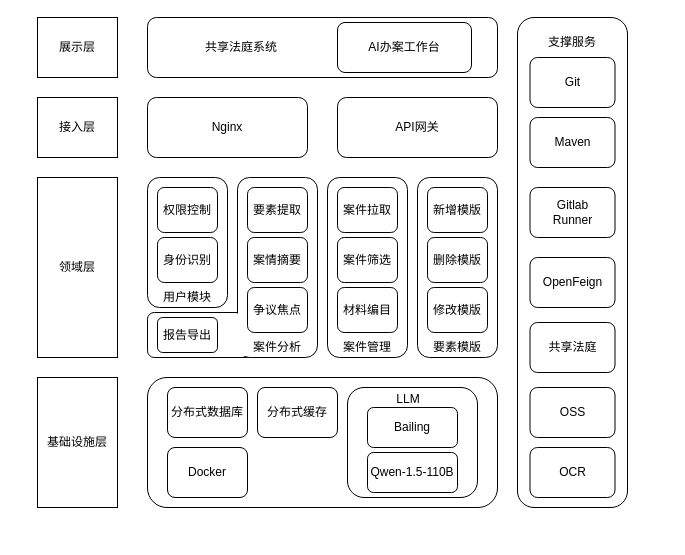
Earlier version of the draw.io diagram 系统架构图.drawio (Lainy0605/graduate). Source tidied: cells renumbered, new cells numbered last; positions are measured from the earlier drawing's top-left corner, leaving out a move shared by most shapes. Both pictures are drawn from the tidied source at 100%, with x=0, y=0 at pixel (37, 17).
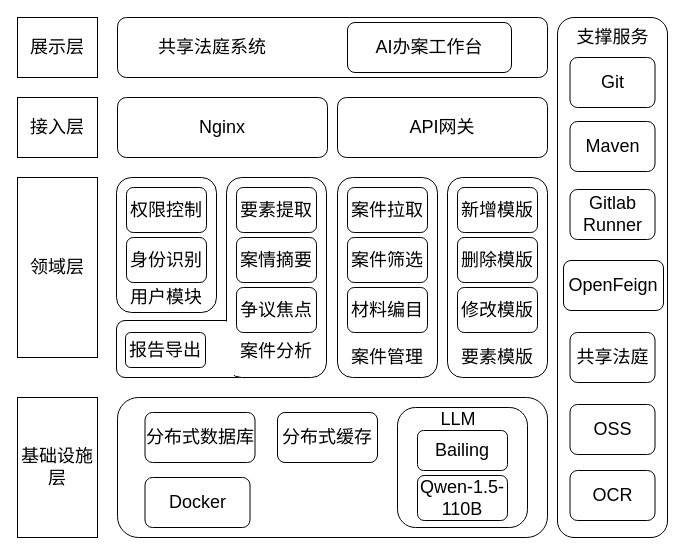
The same page after the edit.

Commit message:
更新系统架构图.drawio

Diff of the diagram source:
```diff
@@
-    <mxCell id="2" style="rounded=1;whiteSpace=wrap;html=1;" parent="1" vertex="1">
-      <mxGeometry x="110" y="295" width="110" height="45" as="geometry" />
+    <mxCell id="2" style="rounded=1;whiteSpace=wrap;html=1;fontSize=18;" parent="1" vertex="1">
+      <mxGeometry x="79" y="303" width="130" height="57" as="geometry" />
     </mxCell>
-    <mxCell id="3" value="展示层" style="rounded=0;whiteSpace=wrap;html=1;" parent="1" vertex="1">
-      <mxGeometry width="80" height="60" as="geometry" />
+    <mxCell id="3" value="展示层" style="rounded=0;whiteSpace=wrap;html=1;fontSize=18;" parent="1" vertex="1">
+      <mxGeometry x="-20" width="80" height="60" as="geometry" />
     </mxCell>
-    <mxCell id="4" value="Nginx" style="rounded=1;whiteSpace=wrap;html=1;" parent="1" vertex="1">
-      <mxGeometry x="110" y="80" width="160" height="60" as="geometry" />
+    <mxCell id="4" value="Nginx" style="rounded=1;whiteSpace=wrap;html=1;fontSize=18;" parent="1" vertex="1">
+      <mxGeometry x="80" y="80" width="210" height="60" as="geometry" />
     </mxCell>
-    <mxCell id="5" value="领域层" style="rounded=0;whiteSpace=wrap;html=1;" parent="1" vertex="1">
-      <mxGeometry y="160" width="80" height="180" as="geometry" />
+    <mxCell id="5" value="领域层" style="rounded=0;whiteSpace=wrap;html=1;fontSize=18;" parent="1" vertex="1">
+      <mxGeometry x="-20" y="160" width="80" height="180" as="geometry" />
     </mxCell>
-    <mxCell id="6" style="rounded=1;whiteSpace=wrap;html=1;" parent="1" vertex="1">
-      <mxGeometry x="110" width="350" height="60" as="geometry" />
+    <mxCell id="6" style="rounded=1;whiteSpace=wrap;html=1;fontSize=18;" parent="1" vertex="1">
+      <mxGeometry x="80" width="430" height="60" as="geometry" />
     </mxCell>
-    <mxCell id="7" value="AI办案工作台" style="rounded=1;whiteSpace=wrap;html=1;" parent="1" vertex="1">
-      <mxGeometry x="300" y="5" width="134" height="50" as="geometry" />
+    <mxCell id="7" value="AI办案工作台" style="rounded=1;whiteSpace=wrap;html=1;fontSize=18;" parent="1" vertex="1">
+      <mxGeometry x="310" y="5" width="164" height="50" as="geometry" />
     </mxCell>
-    <mxCell id="8" value="共享法庭系统" style="text;html=1;whiteSpace=wrap;strokeColor=none;fillColor=none;align=center;verticalAlign=middle;rounded=0;" parent="1" vertex="1">
-      <mxGeometry x="154" y="15" width="100" height="30" as="geometry" />
+    <mxCell id="8" value="共享法庭系统" style="text;html=1;whiteSpace=wrap;strokeColor=none;fillColor=none;align=center;verticalAlign=middle;rounded=0;fontSize=18;" parent="1" vertex="1">
+      <mxGeometry x="110" y="10" width="130" height="40" as="geometry" />
     </mxCell>
-    <mxCell id="9" value="基础设施层" style="rounded=0;whiteSpace=wrap;html=1;" parent="1" vertex="1">
-      <mxGeometry y="360" width="80" height="130" as="geometry" />
+    <mxCell id="9" value="基础设施层" style="rounded=0;whiteSpace=wrap;html=1;fontSize=18;" parent="1" vertex="1">
+      <mxGeometry x="-20" y="380" width="80" height="140" as="geometry" />
     </mxCell>
-    <mxCell id="10" style="rounded=1;whiteSpace=wrap;html=1;" parent="1" vertex="1">
-      <mxGeometry x="110" y="360" width="350" height="130" as="geometry" />
+    <mxCell id="10" style="rounded=1;whiteSpace=wrap;html=1;fontSize=18;" parent="1" vertex="1">
+      <mxGeometry x="80" y="380" width="430" height="140" as="geometry" />
     </mxCell>
-    <mxCell id="11" value="接入层" style="rounded=0;whiteSpace=wrap;html=1;" parent="1" vertex="1">
-      <mxGeometry y="80" width="80" height="60" as="geometry" />
+    <mxCell id="11" value="接入层" style="rounded=0;whiteSpace=wrap;html=1;fontSize=18;" parent="1" vertex="1">
+      <mxGeometry x="-20" y="80" width="80" height="60" as="geometry" />
     </mxCell>
-    <mxCell id="12" value="API网关" style="rounded=1;whiteSpace=wrap;html=1;" parent="1" vertex="1">
-      <mxGeometry x="300" y="80" width="160" height="60" as="geometry" />
+    <mxCell id="12" value="API网关" style="rounded=1;whiteSpace=wrap;html=1;fontSize=18;" parent="1" vertex="1">
+      <mxGeometry x="300" y="80" width="210" height="60" as="geometry" />
     </mxCell>
-    <mxCell id="13" value="Docker" style="rounded=1;whiteSpace=wrap;html=1;" parent="1" vertex="1">
-      <mxGeometry x="130" y="430" width="80" height="50" as="geometry" />
+    <mxCell id="13" value="Docker" style="rounded=1;whiteSpace=wrap;html=1;fontSize=18;" parent="1" vertex="1">
+      <mxGeometry x="107.5" y="460" width="105" height="50" as="geometry" />
     </mxCell>
-    <mxCell id="14" style="rounded=1;whiteSpace=wrap;html=1;" parent="1" vertex="1">
-      <mxGeometry x="480" width="110" height="490" as="geometry" />
+    <mxCell id="14" style="rounded=1;whiteSpace=wrap;html=1;fontSize=18;" parent="1" vertex="1">
+      <mxGeometry x="520" width="110" height="520" as="geometry" />
     </mxCell>
-    <mxCell id="15" value="支撑服务" style="text;html=1;whiteSpace=wrap;strokeColor=none;fillColor=none;align=center;verticalAlign=middle;rounded=0;" parent="1" vertex="1">
-      <mxGeometry x="505" y="10" width="60" height="30" as="geometry" />
+    <mxCell id="15" value="支撑服务" style="text;html=1;whiteSpace=wrap;strokeColor=none;fillColor=none;align=center;verticalAlign=middle;rounded=0;fontSize=18;" parent="1" vertex="1">
+      <mxGeometry x="537.5" y="5" width="75" height="30" as="geometry" />
     </mxCell>
-    <mxCell id="16" value="Git" style="rounded=1;whiteSpace=wrap;html=1;" parent="1" vertex="1">
-      <mxGeometry x="492.5" y="40" width="85" height="50" as="geometry" />
+    <mxCell id="16" value="Git" style="rounded=1;whiteSpace=wrap;html=1;fontSize=18;" parent="1" vertex="1">
+      <mxGeometry x="532.5" y="40" width="85" height="50" as="geometry" />
     </mxCell>
-    <mxCell id="17" value="Maven" style="rounded=1;whiteSpace=wrap;html=1;" parent="1" vertex="1">
-      <mxGeometry x="492.5" y="100" width="85" height="50" as="geometry" />
+    <mxCell id="17" value="Maven" style="rounded=1;whiteSpace=wrap;html=1;fontSize=18;" parent="1" vertex="1">
+      <mxGeometry x="532.5" y="104" width="85" height="50" as="geometry" />
     </mxCell>
-    <mxCell id="18" value="Gitlab&lt;div&gt;Runner&lt;/div&gt;" style="rounded=1;whiteSpace=wrap;html=1;" parent="1" vertex="1">
-      <mxGeometry x="492.5" y="170" width="85" height="50" as="geometry" />
+    <mxCell id="18" value="Gitlab&lt;div&gt;Runner&lt;/div&gt;" style="rounded=1;whiteSpace=wrap;html=1;fontSize=18;" parent="1" vertex="1">
+      <mxGeometry x="532.5" y="172" width="85" height="50" as="geometry" />
     </mxCell>
-    <mxCell id="19" value="OpenFeign" style="rounded=1;whiteSpace=wrap;html=1;" parent="1" vertex="1">
-      <mxGeometry x="492.5" y="240" width="85" height="50" as="geometry" />
+    <mxCell id="19" value="OpenFeign" style="rounded=1;whiteSpace=wrap;html=1;fontSize=18;" parent="1" vertex="1">
+      <mxGeometry x="526" y="243" width="100" height="50" as="geometry" />
     </mxCell>
-    <mxCell id="20" style="rounded=1;whiteSpace=wrap;html=1;" parent="1" vertex="1">
-      <mxGeometry x="110" y="160" width="80" height="130" as="geometry" />
+    <mxCell id="20" style="rounded=1;whiteSpace=wrap;html=1;fontSize=18;" parent="1" vertex="1">
+      <mxGeometry x="79" y="160" width="100" height="135" as="geometry" />
     </mxCell>
-    <mxCell id="21" value="权限控制" style="rounded=1;whiteSpace=wrap;html=1;" parent="1" vertex="1">
-      <mxGeometry x="120" y="170" width="60" height="45" as="geometry" />
+    <mxCell id="21" value="权限控制" style="rounded=1;whiteSpace=wrap;html=1;fontSize=18;" parent="1" vertex="1">
+      <mxGeometry x="89" y="170" width="80" height="45" as="geometry" />
     </mxCell>
-    <mxCell id="22" value="身份识别" style="rounded=1;whiteSpace=wrap;html=1;" parent="1" vertex="1">
-      <mxGeometry x="120" y="220" width="60" height="45" as="geometry" />
+    <mxCell id="22" value="身份识别" style="rounded=1;whiteSpace=wrap;html=1;fontSize=18;" parent="1" vertex="1">
+      <mxGeometry x="89" y="220" width="80" height="45" as="geometry" />
     </mxCell>
-    <mxCell id="23" value="用户模块" style="text;html=1;whiteSpace=wrap;strokeColor=none;fillColor=none;align=center;verticalAlign=middle;rounded=0;" parent="1" vertex="1">
-      <mxGeometry x="120" y="265" width="60" height="30" as="geometry" />
+    <mxCell id="23" value="用户模块" style="text;html=1;whiteSpace=wrap;strokeColor=none;fillColor=none;align=center;verticalAlign=middle;rounded=0;fontSize=18;" parent="1" vertex="1">
+      <mxGeometry x="89" y="265" width="80" height="30" as="geometry" />
     </mxCell>
-    <mxCell id="24" value="共享法庭" style="rounded=1;whiteSpace=wrap;html=1;" parent="1" vertex="1">
-      <mxGeometry x="492.5" y="305" width="85" height="50" as="geometry" />
+    <mxCell id="24" value="共享法庭" style="rounded=1;whiteSpace=wrap;html=1;fontSize=18;" parent="1" vertex="1">
+      <mxGeometry x="532.5" y="315" width="85" height="50" as="geometry" />
     </mxCell>
-    <mxCell id="25" style="rounded=1;whiteSpace=wrap;html=1;" parent="1" vertex="1">
-      <mxGeometry x="290" y="160" width="80" height="180" as="geometry" />
-    </mxCell>
-    <mxCell id="26" value="案件拉取" style="rounded=1;whiteSpace=wrap;html=1;" parent="1" vertex="1">
-      <mxGeometry x="300" y="170" width="60" height="45" as="geometry" />
-    </mxCell>
-    <mxCell id="27" value="案件筛选" style="rounded=1;whiteSpace=wrap;html=1;" parent="1" vertex="1">
-      <mxGeometry x="300" y="220" width="60" height="45" as="geometry" />
-    </mxCell>
-    <mxCell id="28" value="案件管理" style="text;html=1;whiteSpace=wrap;strokeColor=none;fillColor=none;align=center;verticalAlign=middle;rounded=0;" parent="1" vertex="1">
-      <mxGeometry x="300" y="315" width="60" height="30" as="geometry" />
-    </mxCell>
-    <mxCell id="29" value="材料编目" style="rounded=1;whiteSpace=wrap;html=1;" parent="1" vertex="1">
-      <mxGeometry x="300" y="270" width="60" height="45" as="geometry" />
-    </mxCell>
-    <mxCell id="30" style="rounded=1;whiteSpace=wrap;html=1;" parent="1" vertex="1">
-      <mxGeometry x="380" y="160" width="80" height="180" as="geometry" />
+    <mxCell id="30" style="rounded=1;whiteSpace=wrap;html=1;fontSize=18;" parent="1" vertex="1">
+      <mxGeometry x="410" y="160" width="100" height="200" as="geometry" />
     </mxCell>
-    <mxCell id="31" value="新增模版" style="rounded=1;whiteSpace=wrap;html=1;" parent="1" vertex="1">
-      <mxGeometry x="390" y="170" width="60" height="45" as="geometry" />
+    <mxCell id="31" value="新增模版" style="rounded=1;whiteSpace=wrap;html=1;fontSize=18;" parent="1" vertex="1">
+      <mxGeometry x="420" y="170" width="80" height="45" as="geometry" />
     </mxCell>
-    <mxCell id="32" value="删除模版" style="rounded=1;whiteSpace=wrap;html=1;" parent="1" vertex="1">
-      <mxGeometry x="390" y="220" width="60" height="45" as="geometry" />
+    <mxCell id="32" value="删除模版" style="rounded=1;whiteSpace=wrap;html=1;fontSize=18;" parent="1" vertex="1">
+      <mxGeometry x="420" y="220" width="80" height="45" as="geometry" />
     </mxCell>
-    <mxCell id="33" value="要素模版" style="text;html=1;whiteSpace=wrap;strokeColor=none;fillColor=none;align=center;verticalAlign=middle;rounded=0;" parent="1" vertex="1">
-      <mxGeometry x="390" y="315" width="60" height="30" as="geometry" />
+    <mxCell id="33" value="要素模版" style="text;html=1;whiteSpace=wrap;strokeColor=none;fillColor=none;align=center;verticalAlign=middle;rounded=0;fontSize=18;" parent="1" vertex="1">
+      <mxGeometry x="420" y="325" width="80" height="30" as="geometry" />
     </mxCell>
-    <mxCell id="34" value="修改模版" style="rounded=1;whiteSpace=wrap;html=1;" parent="1" vertex="1">
-      <mxGeometry x="390" y="270" width="60" height="45" as="geometry" />
+    <mxCell id="34" value="修改模版" style="rounded=1;whiteSpace=wrap;html=1;fontSize=18;" parent="1" vertex="1">
+      <mxGeometry x="420" y="270" width="80" height="45" as="geometry" />
     </mxCell>
-    <mxCell id="35" style="rounded=1;whiteSpace=wrap;html=1;" parent="1" vertex="1">
-      <mxGeometry x="200" y="160" width="80" height="180" as="geometry" />
+    <mxCell id="35" style="rounded=1;whiteSpace=wrap;html=1;fontSize=18;" parent="1" vertex="1">
+      <mxGeometry x="189" y="160" width="100" height="200" as="geometry" />
     </mxCell>
-    <mxCell id="36" value="要素提取" style="rounded=1;whiteSpace=wrap;html=1;" parent="1" vertex="1">
-      <mxGeometry x="210" y="170" width="60" height="45" as="geometry" />
+    <mxCell id="36" value="要素提取" style="rounded=1;whiteSpace=wrap;html=1;fontSize=18;" parent="1" vertex="1">
+      <mxGeometry x="199" y="170" width="80" height="45" as="geometry" />
     </mxCell>
-    <mxCell id="37" value="案情摘要" style="rounded=1;whiteSpace=wrap;html=1;" parent="1" vertex="1">
-      <mxGeometry x="210" y="220" width="60" height="45" as="geometry" />
+    <mxCell id="37" value="案情摘要" style="rounded=1;whiteSpace=wrap;html=1;fontSize=18;" parent="1" vertex="1">
+      <mxGeometry x="199" y="220" width="80" height="45" as="geometry" />
     </mxCell>
-    <mxCell id="38" value="案件分析" style="text;html=1;whiteSpace=wrap;strokeColor=none;fillColor=none;align=center;verticalAlign=middle;rounded=0;" parent="1" vertex="1">
-      <mxGeometry x="210" y="315" width="60" height="30" as="geometry" />
+    <mxCell id="38" value="案件分析" style="text;html=1;whiteSpace=wrap;strokeColor=none;fillColor=none;align=center;verticalAlign=middle;rounded=0;fontSize=18;" parent="1" vertex="1">
+      <mxGeometry x="199" y="319" width="80" height="30" as="geometry" />
     </mxCell>
-    <mxCell id="39" value="争议焦点" style="rounded=1;whiteSpace=wrap;html=1;" parent="1" vertex="1">
-      <mxGeometry x="210" y="270" width="60" height="45" as="geometry" />
+    <mxCell id="39" value="争议焦点" style="rounded=1;whiteSpace=wrap;html=1;fontSize=18;" parent="1" vertex="1">
+      <mxGeometry x="199" y="270" width="80" height="45" as="geometry" />
     </mxCell>
-    <mxCell id="40" value="OSS" style="rounded=1;whiteSpace=wrap;html=1;" parent="1" vertex="1">
-      <mxGeometry x="492.5" y="370" width="85" height="50" as="geometry" />
+    <mxCell id="40" value="OSS" style="rounded=1;whiteSpace=wrap;html=1;fontSize=18;" parent="1" vertex="1">
+      <mxGeometry x="532.5" y="387" width="85" height="50" as="geometry" />
     </mxCell>
-    <mxCell id="41" value="OCR" style="rounded=1;whiteSpace=wrap;html=1;" parent="1" vertex="1">
-      <mxGeometry x="492.5" y="430" width="85" height="50" as="geometry" />
+    <mxCell id="41" value="OCR" style="rounded=1;whiteSpace=wrap;html=1;fontSize=18;" parent="1" vertex="1">
+      <mxGeometry x="532.5" y="453" width="85" height="50" as="geometry" />
     </mxCell>
-    <mxCell id="42" style="rounded=1;whiteSpace=wrap;html=1;" parent="1" vertex="1">
-      <mxGeometry x="310" y="370" width="130" height="110" as="geometry" />
+    <mxCell id="42" style="rounded=1;whiteSpace=wrap;html=1;fontSize=18;" parent="1" vertex="1">
+      <mxGeometry x="360" y="390" width="130" height="120" as="geometry" />
     </mxCell>
-    <mxCell id="43" value="Bailing" style="rounded=1;whiteSpace=wrap;html=1;" parent="1" vertex="1">
-      <mxGeometry x="330" y="390" width="90" height="40" as="geometry" />
+    <mxCell id="43" value="Bailing" style="rounded=1;whiteSpace=wrap;html=1;fontSize=18;" parent="1" vertex="1">
+      <mxGeometry x="380" y="413" width="90" height="40" as="geometry" />
     </mxCell>
-    <mxCell id="44" value="Qwen-1.5-110B" style="rounded=1;whiteSpace=wrap;html=1;" parent="1" vertex="1">
-      <mxGeometry x="330" y="435" width="90" height="40" as="geometry" />
+    <mxCell id="44" value="Qwen-1.5-110B" style="rounded=1;whiteSpace=wrap;html=1;fontSize=18;" parent="1" vertex="1">
+      <mxGeometry x="380" y="458" width="90" height="45" as="geometry" />
     </mxCell>
-    <mxCell id="45" value="LLM" style="text;html=1;whiteSpace=wrap;strokeColor=none;fillColor=none;align=center;verticalAlign=middle;rounded=0;" parent="1" vertex="1">
-      <mxGeometry x="341" y="367" width="60" height="30" as="geometry" />
+    <mxCell id="45" value="LLM" style="text;html=1;whiteSpace=wrap;strokeColor=none;fillColor=none;align=center;verticalAlign=middle;rounded=0;fontSize=18;" parent="1" vertex="1">
+      <mxGeometry x="391" y="387" width="60" height="30" as="geometry" />
     </mxCell>
-    <mxCell id="46" style="rounded=1;whiteSpace=wrap;html=1;labelBorderColor=light-dark(#ffffff, #ededed);strokeColor=none;" parent="1" vertex="1">
-      <mxGeometry x="179" y="296" width="30" height="43" as="geometry" />
+    <mxCell id="46" style="rounded=1;whiteSpace=wrap;html=1;labelBorderColor=light-dark(#ffffff, #ededed);strokeColor=none;fontSize=18;" parent="1" vertex="1">
+      <mxGeometry x="168" y="304" width="30" height="55" as="geometry" />
     </mxCell>
-    <mxCell id="47" value="报告导出" style="rounded=1;whiteSpace=wrap;html=1;" parent="1" vertex="1">
-      <mxGeometry x="120" y="300" width="60" height="35" as="geometry" />
+    <mxCell id="47" value="报告导出" style="rounded=1;whiteSpace=wrap;html=1;fontSize=18;" parent="1" vertex="1">
+      <mxGeometry x="88" y="315" width="80" height="35" as="geometry" />
     </mxCell>
-    <mxCell id="48" value="分布式缓存" style="rounded=1;whiteSpace=wrap;html=1;" parent="1" vertex="1">
-      <mxGeometry x="220" y="370" width="80" height="50" as="geometry" />
+    <mxCell id="48" value="分布式缓存" style="rounded=1;whiteSpace=wrap;html=1;fontSize=18;" parent="1" vertex="1">
+      <mxGeometry x="240" y="395" width="100" height="50" as="geometry" />
     </mxCell>
-    <mxCell id="49" value="分布式数据库" style="rounded=1;whiteSpace=wrap;html=1;" parent="1" vertex="1">
-      <mxGeometry x="130" y="370" width="80" height="50" as="geometry" />
+    <mxCell id="49" value="分布式数据库" style="rounded=1;whiteSpace=wrap;html=1;fontSize=18;" parent="1" vertex="1">
+      <mxGeometry x="107.5" y="395" width="110" height="50" as="geometry" />
     </mxCell>
+    <mxCell id="50" style="rounded=1;whiteSpace=wrap;html=1;fontSize=18;" parent="1" vertex="1">
+      <mxGeometry x="300" y="160" width="100" height="200" as="geometry" />
+    </mxCell>
+    <mxCell id="26" value="案件拉取" style="rounded=1;whiteSpace=wrap;html=1;fontSize=18;" parent="1" vertex="1">
+      <mxGeometry x="310" y="170" width="80" height="45" as="geometry" />
+    </mxCell>
+    <mxCell id="27" value="案件筛选" style="rounded=1;whiteSpace=wrap;html=1;fontSize=18;" parent="1" vertex="1">
+      <mxGeometry x="310" y="220" width="80" height="45" as="geometry" />
+    </mxCell>
+    <mxCell id="28" value="案件管理" style="text;html=1;whiteSpace=wrap;strokeColor=none;fillColor=none;align=center;verticalAlign=middle;rounded=0;fontSize=18;" parent="1" vertex="1">
+      <mxGeometry x="310" y="325" width="80" height="30" as="geometry" />
+    </mxCell>
+    <mxCell id="29" value="材料编目" style="rounded=1;whiteSpace=wrap;html=1;fontSize=18;" parent="1" vertex="1">
+      <mxGeometry x="310" y="270" width="80" height="45" as="geometry" />
+    </mxCell>
```
